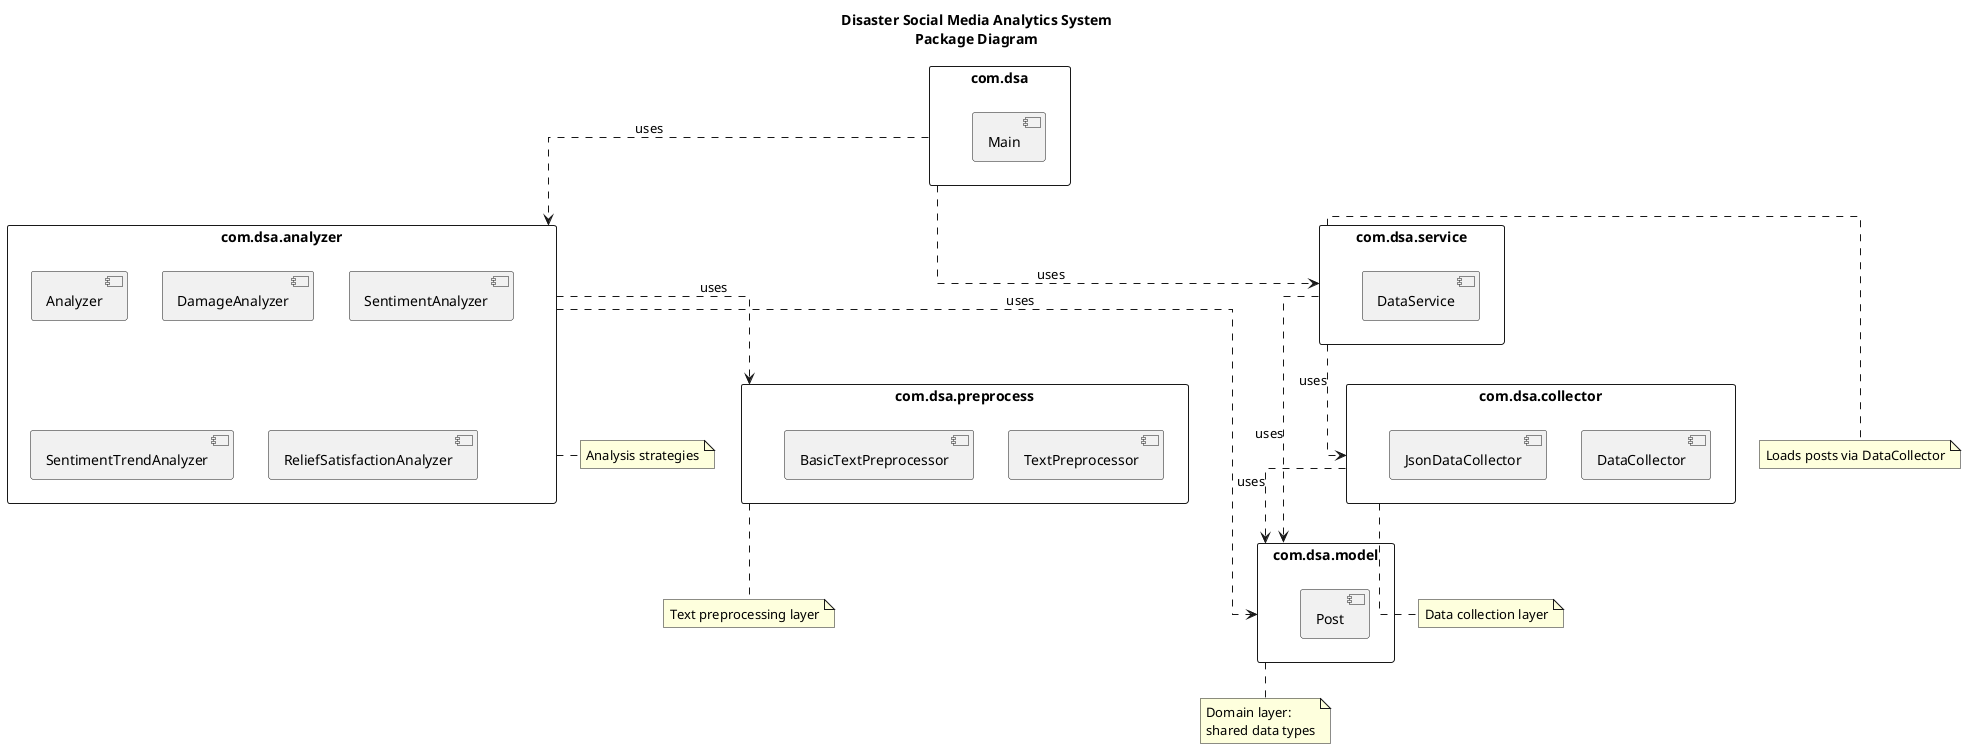
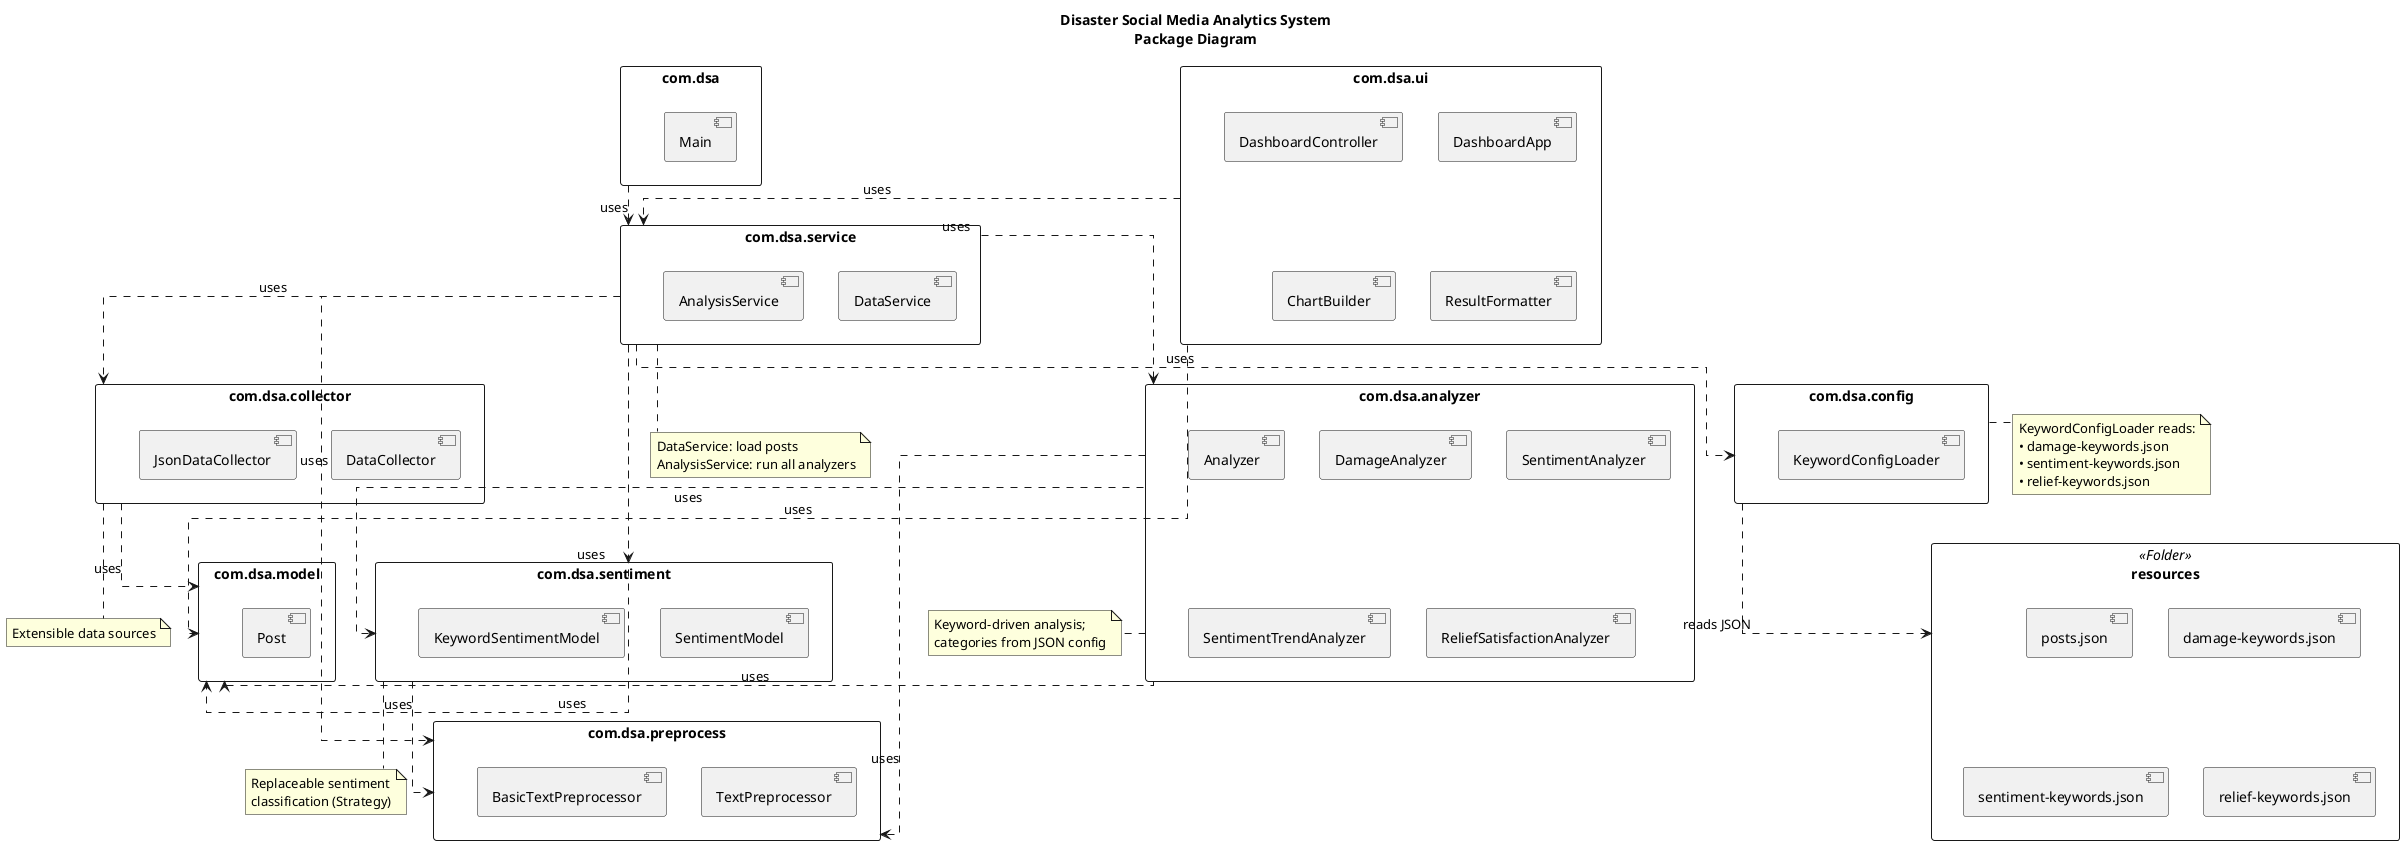
@startuml Disaster Social Media Analytics - Package Diagram
title Disaster Social Media Analytics System\nPackage Diagram

skinparam shadowing false
skinparam packageStyle rectangle
skinparam linetype ortho

package "com.dsa" {
  [Main]
}

+ package "com.dsa.ui" {
+   [DashboardApp]
+   [DashboardController]
+   [ChartBuilder]
+   [ResultFormatter]
+ }
+ 
package "com.dsa.model" {
  [Post]
}

package "com.dsa.collector" {
  [DataCollector]
  [JsonDataCollector]
}

+ package "com.dsa.config" {
+   [KeywordConfigLoader]
+ }
+ 
package "com.dsa.preprocess" {
  [TextPreprocessor]
  [BasicTextPreprocessor]
}

+ package "com.dsa.sentiment" {
+   [SentimentModel]
+   [KeywordSentimentModel]
+ }
+ 
package "com.dsa.service" {
  [DataService]
+   [AnalysisService]
}

package "com.dsa.analyzer" {
  [Analyzer]
  [DamageAnalyzer]
  [SentimentAnalyzer]
  [SentimentTrendAnalyzer]
  [ReliefSatisfactionAnalyzer]
}

- ' Package-level dependencies
+ package "resources" <<Folder>> {
+   [posts.json]
+   [damage-keywords.json]
+   [sentiment-keywords.json]
+   [relief-keywords.json]
+ }
+ 
+ ' Application layer
+ 
+ com.dsa ..> com.dsa.service : uses
+ com.dsa.ui ..> com.dsa.service : uses
+ com.dsa.ui ..> com.dsa.model : uses
+ 
+ ' Service layer

com.dsa.service ..> com.dsa.collector : uses
com.dsa.service ..> com.dsa.model : uses
+ com.dsa.service ..> com.dsa.config : uses
+ com.dsa.service ..> com.dsa.preprocess : uses
+ com.dsa.service ..> com.dsa.sentiment : uses
+ com.dsa.service ..> com.dsa.analyzer : uses
+ 
+ ' Collection and configuration

com.dsa.collector ..> com.dsa.model : uses
+ com.dsa.config ..> resources : reads JSON
+ 
+ ' Analysis pipeline

com.dsa.analyzer ..> com.dsa.model : uses
com.dsa.analyzer ..> com.dsa.preprocess : uses
+ com.dsa.analyzer ..> com.dsa.sentiment : uses

- com.dsa ..> com.dsa.service : uses
- com.dsa ..> com.dsa.analyzer : uses
+ com.dsa.sentiment ..> com.dsa.preprocess : uses

- note bottom of com.dsa.model
-   Domain layer:
-   shared data types
+ note right of com.dsa.config
+   KeywordConfigLoader reads:
+   • damage-keywords.json
+   • sentiment-keywords.json
+   • relief-keywords.json
+ end note
+ 
+ note bottom of com.dsa.service
+   DataService: load posts
+   AnalysisService: run all analyzers
+ end note
+ 
+ note bottom of com.dsa.sentiment
+   Replaceable sentiment
+   classification (Strategy)
+ end note
+ 
+ note bottom of com.dsa.analyzer
+   Keyword-driven analysis;
+   categories from JSON config
end note

note bottom of com.dsa.collector
-   Data collection layer
- end note
- 
- note bottom of com.dsa.preprocess
-   Text preprocessing layer
- end note
- 
- note bottom of com.dsa.service
-   Loads posts via DataCollector
- end note
- 
- note bottom of com.dsa.analyzer
-   Analysis strategies
+   Extensible data sources
end note

@enduml
